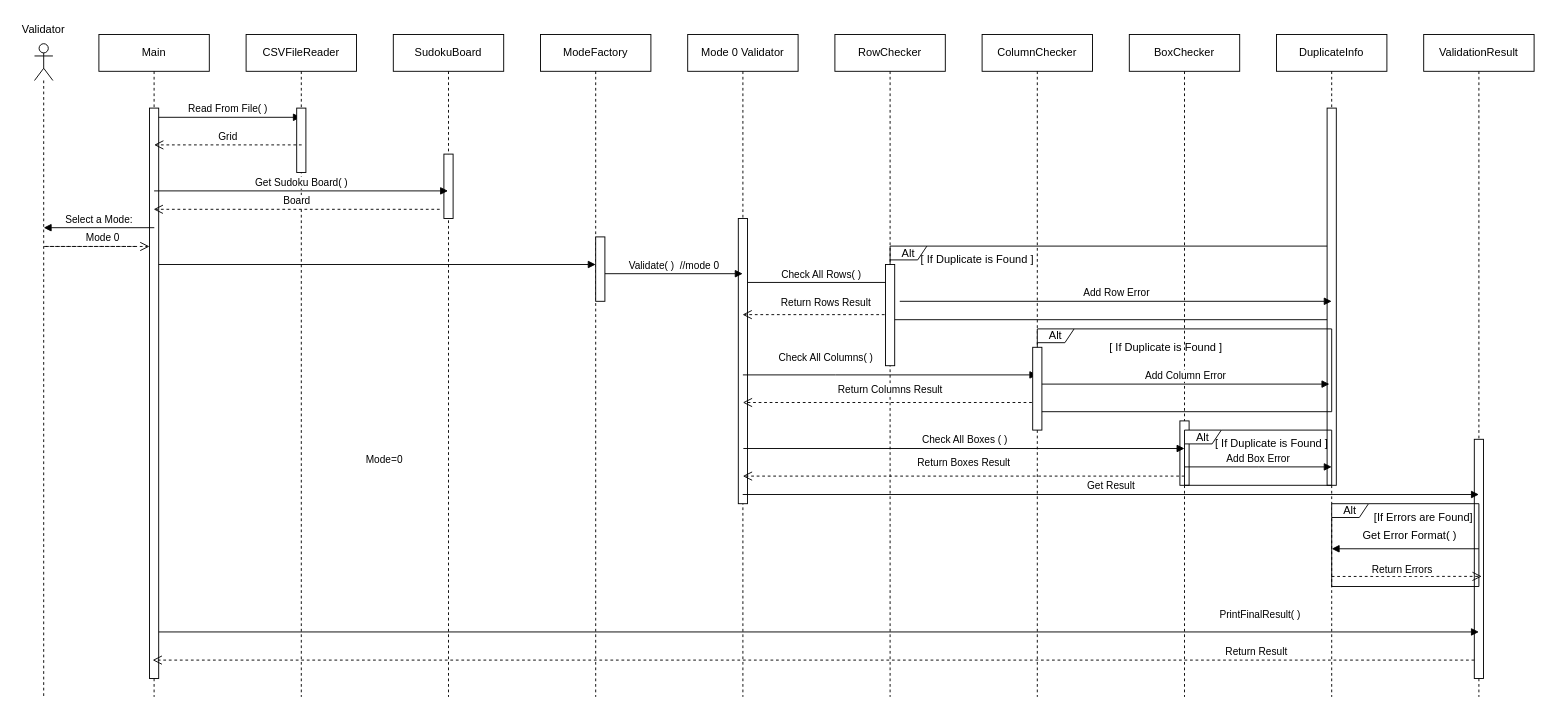
Before: SequenceMode0Diagram.drawio in ghadeer4705/Lab9_Sudoku1, a draw.io diagram. Source tidied: cells renumbered, new cells numbered last; positions are measured from the earlier drawing's top-left corner, leaving out a move shared by most shapes. Both pictures are drawn from the tidied source at 92%, with x=0, y=0 at pixel (16, 16).
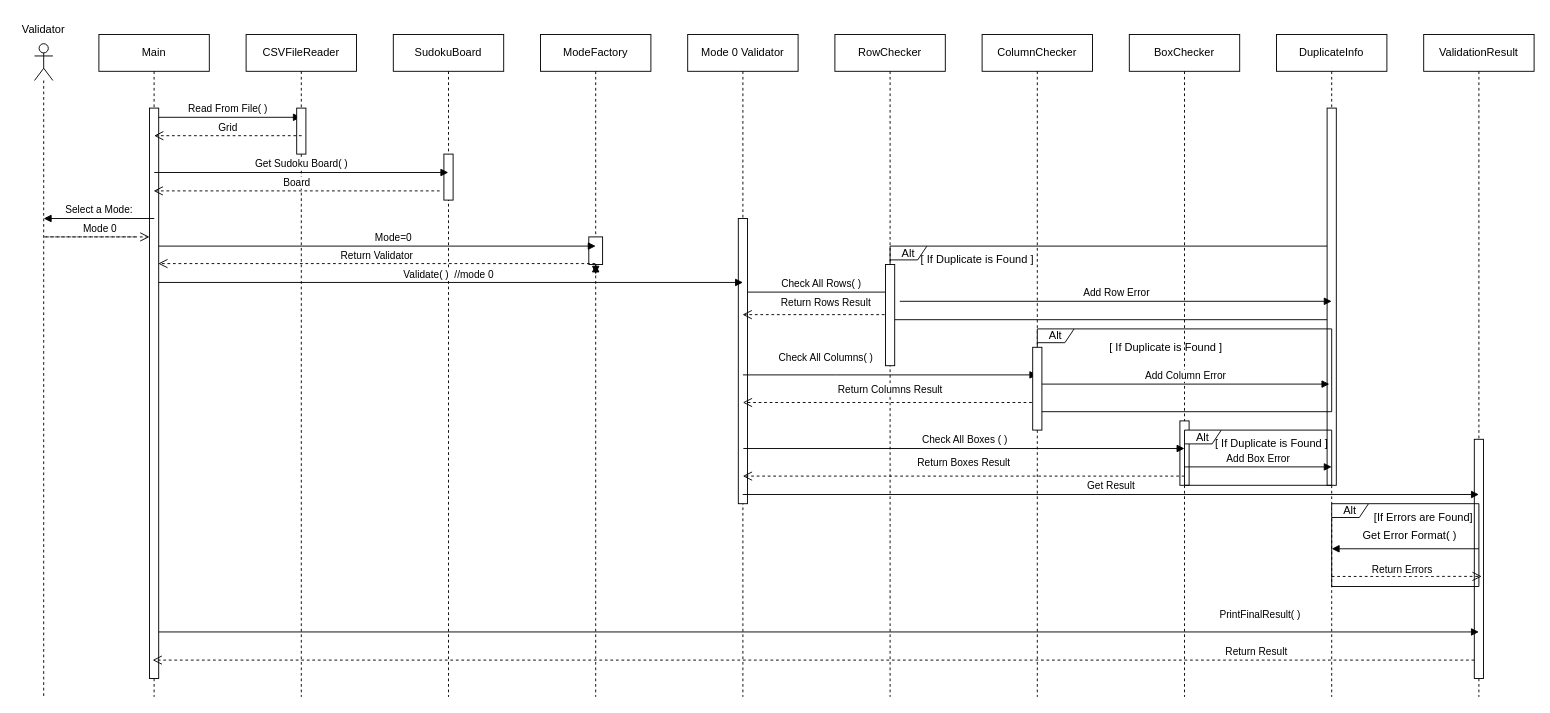
Above is the later version.

The change refers to these unchanged cells:
```xml
<mxCell id="2" value="SudokuBoard" style="shape=umlLifeline;perimeter=lifelinePerimeter;whiteSpace=wrap;html=1;outlineConnect=0;portConstraint=eastwest;newEdgeStyle={&quot;curved&quot;:0,&quot;rounded&quot;:0};size=40;" parent="1" vertex="1">
  <mxGeometry x="410" y="20" width="120" height="720" as="geometry" />
</mxCell>
<mxCell id="7" value="ModeFactory" style="shape=umlLifeline;perimeter=lifelinePerimeter;whiteSpace=wrap;html=1;outlineConnect=0;portConstraint=eastwest;newEdgeStyle={&quot;curved&quot;:0,&quot;rounded&quot;:0};size=40;" parent="1" vertex="1">
  <mxGeometry x="570" y="20" width="120" height="720" as="geometry" />
</mxCell>
<mxCell id="48" value="CSVFileReader" style="shape=umlLifeline;perimeter=lifelinePerimeter;whiteSpace=wrap;html=1;outlineConnect=0;portConstraint=eastwest;newEdgeStyle={&quot;curved&quot;:0,&quot;rounded&quot;:0};size=40;" parent="1" vertex="1">
  <mxGeometry x="250" y="20" width="120" height="720" as="geometry" />
</mxCell>
<mxCell id="50" value="Main" style="shape=umlLifeline;perimeter=lifelinePerimeter;whiteSpace=wrap;html=1;outlineConnect=0;portConstraint=eastwest;newEdgeStyle={&quot;curved&quot;:0,&quot;rounded&quot;:0};size=40;" parent="1" vertex="1">
  <mxGeometry x="90" y="20" width="120" height="720" as="geometry" />
</mxCell>
<mxCell id="51" style="html=1;points=[[0,0,0,0,5],[0,1,0,0,-5],[1,0,0,0,5],[1,1,0,0,-5]];perimeter=orthogonalPerimeter;outlineConnect=0;targetShapes=umlLifeline;portConstraint=eastwest;newEdgeStyle={&quot;curved&quot;:0,&quot;rounded&quot;:0};" parent="50" vertex="1">
  <mxGeometry x="55" y="80" width="10" height="620" as="geometry" />
</mxCell>
```

Diff of the diagram source:
```diff
@@
     <mxCell id="3" style="html=1;perimeter=orthogonalPerimeter;targetShapes=umlLifeline;newEdgeStyle={&quot;curved&quot;:0,&quot;rounded&quot;:0};" parent="2" vertex="1">
-      <mxGeometry x="55" y="130" width="10" height="70" as="geometry" />
+      <mxGeometry x="55" y="130" width="10" height="50" as="geometry" />
     </mxCell>
@@
+    <mxCell id="53" style="html=1;points=[[0,0,0,0,5],[0,1,0,0,-5],[1,0,0,0,5],[1,1,0,0,-5]];perimeter=orthogonalPerimeter;outlineConnect=0;targetShapes=umlLifeline;portConstraint=eastwest;newEdgeStyle={&quot;curved&quot;:0,&quot;rounded&quot;:0};" parent="7" vertex="1">
+      <mxGeometry x="52.5" y="220" width="15" height="30" as="geometry" />
+    </mxCell>
@@
     <mxCell id="20" value="Mode=0" style="html=1;verticalAlign=bottom;endArrow=block;curved=0;rounded=0;" parent="1" edge="1" source="53">
-      <mxGeometry x="1" y="-231" relative="1" as="geometry">
+      <mxGeometry x="-1" y="-221" relative="1" as="geometry">
         <mxPoint x="630" y="280" as="targetPoint" />
-        <mxPoint x="-230" y="211" as="offset" />
+        <mxPoint x="1" y="-20" as="offset" />
       </mxGeometry>
     </mxCell>
@@
-    <mxCell id="22" value="Validate( )&amp;nbsp; //mode 0" style="html=1;verticalAlign=bottom;endArrow=block;curved=0;rounded=0;" parent="1" edge="1" source="53">
+    <mxCell id="22" value="Validate( )&amp;nbsp; //mode 0" style="html=1;verticalAlign=bottom;endArrow=block;curved=0;rounded=0;" parent="1" edge="1">
       <mxGeometry relative="1" as="geometry">
-        <mxPoint x="789.8" y="280" as="targetPoint" />
+        <mxPoint x="149.9" y="289.5" as="sourcePoint" />
+        <mxPoint x="790.1" y="289.5" as="targetPoint" />
       </mxGeometry>
     </mxCell>
     <mxCell id="23" value="Check All Rows( )" style="html=1;verticalAlign=bottom;endArrow=block;curved=0;rounded=0;" parent="1" edge="1">
       <mxGeometry relative="1" as="geometry">
-        <mxPoint x="795.2" y="289.5" as="sourcePoint" />
-        <mxPoint x="955" y="289.5" as="targetPoint" />
+        <mxPoint x="795.2" y="300" as="sourcePoint" />
+        <mxPoint x="955" y="300" as="targetPoint" />
       </mxGeometry>
     </mxCell>
@@
     <mxCell id="30" style="html=1;verticalAlign=bottom;endArrow=block;curved=0;rounded=0;" parent="1" edge="1">
       <mxGeometry relative="1" as="geometry">
-        <mxPoint x="149.5" y="270" as="sourcePoint" />
-        <mxPoint x="630" y="270" as="targetPoint" />
+        <mxPoint x="149.5" y="250" as="sourcePoint" />
+        <mxPoint x="630" y="250" as="targetPoint" />
       </mxGeometry>
     </mxCell>
@@
     <mxCell id="49" style="html=1;perimeter=orthogonalPerimeter;targetShapes=umlLifeline;newEdgeStyle={&quot;curved&quot;:0,&quot;rounded&quot;:0};" parent="48" vertex="1">
-      <mxGeometry x="55" y="80" width="10" height="70" as="geometry" />
+      <mxGeometry x="55" y="80" width="10" height="50" as="geometry" />
     </mxCell>
@@
-    <mxCell id="53" style="html=1;points=[[0,0,0,0,5],[0,1,0,0,-5],[1,0,0,0,5],[1,1,0,0,-5]];perimeter=orthogonalPerimeter;outlineConnect=0;targetShapes=umlLifeline;portConstraint=eastwest;newEdgeStyle={&quot;curved&quot;:0,&quot;rounded&quot;:0};" parent="1" vertex="1">
-      <mxGeometry x="630" y="240" width="10" height="70" as="geometry" />
-    </mxCell>
-    <mxCell id="54" value="Mode 0" style="html=1;verticalAlign=bottom;endArrow=open;dashed=1;endSize=8;curved=0;rounded=0;" parent="1" edge="1" target="51">
-      <mxGeometry x="0.52" relative="1" as="geometry">
-        <mxPoint x="129.5" y="250.4" as="sourcePoint" />
+    <mxCell id="54" value="Mode 0" style="html=1;verticalAlign=bottom;endArrow=open;dashed=1;endSize=8;curved=0;rounded=0;" parent="1" edge="1">
+      <mxGeometry x="0.49" relative="1" as="geometry">
+        <mxPoint x="129.5" y="240" as="sourcePoint" />
+        <mxPoint x="145" y="240" as="targetPoint" />
         <Array as="points">
-          <mxPoint x="30" y="250.4" />
+          <mxPoint x="30" y="240" />
         </Array>
       </mxGeometry>
     </mxCell>
     <mxCell id="55" value="Select a Mode:" style="html=1;verticalAlign=bottom;endArrow=block;curved=0;rounded=0;" parent="1" edge="1">
       <mxGeometry relative="1" as="geometry">
-        <mxPoint x="150.2" y="230" as="sourcePoint" />
-        <mxPoint x="30" y="230" as="targetPoint" />
+        <mxPoint x="150.2" y="220" as="sourcePoint" />
+        <mxPoint x="30" y="220" as="targetPoint" />
       </mxGeometry>
     </mxCell>
     <mxCell id="56" value="Grid" style="html=1;verticalAlign=bottom;endArrow=open;dashed=1;endSize=8;curved=0;rounded=0;" parent="1" edge="1">
       <mxGeometry relative="1" as="geometry">
-        <mxPoint x="310.4" y="140" as="sourcePoint" />
-        <mxPoint x="150" y="140" as="targetPoint" />
+        <mxPoint x="310.4" y="130" as="sourcePoint" />
+        <mxPoint x="150" y="130" as="targetPoint" />
         <Array as="points">
-          <mxPoint x="210.9" y="140" />
+          <mxPoint x="210.9" y="130" />
         </Array>
       </mxGeometry>
     </mxCell>
-    <mxCell id="57" value="Get Sudoku Board( )" style="html=1;verticalAlign=bottom;endArrow=block;curved=0;rounded=0;" parent="1" edge="1" target="2">
+    <mxCell id="57" value="Get Sudoku Board( )" style="html=1;verticalAlign=bottom;endArrow=block;curved=0;rounded=0;" parent="1" edge="1">
       <mxGeometry relative="1" as="geometry">
-        <mxPoint x="150" y="190" as="sourcePoint" />
+        <mxPoint x="150.2" y="170" as="sourcePoint" />
+        <mxPoint x="469.8" y="170" as="targetPoint" />
       </mxGeometry>
     </mxCell>
-    <mxCell id="58" value="Board" style="html=1;verticalAlign=bottom;endArrow=open;dashed=1;endSize=8;curved=0;rounded=0;" parent="1" edge="1" target="50">
+    <mxCell id="58" value="Board" style="html=1;verticalAlign=bottom;endArrow=open;dashed=1;endSize=8;curved=0;rounded=0;" parent="1" edge="1">
       <mxGeometry relative="1" as="geometry">
-        <mxPoint x="460.4" y="210" as="sourcePoint" />
+        <mxPoint x="460.4" y="190" as="sourcePoint" />
+        <mxPoint x="149.5" y="190" as="targetPoint" />
         <Array as="points">
-          <mxPoint x="360.9" y="210" />
+          <mxPoint x="360.9" y="190" />
         </Array>
       </mxGeometry>
     </mxCell>
@@
+    <mxCell id="60" value="Return Validator" style="html=1;verticalAlign=bottom;endArrow=open;dashed=1;endSize=8;curved=0;rounded=0;" parent="1" edge="1" source="7">
+      <mxGeometry relative="1" as="geometry">
+        <mxPoint x="154.5" y="269" as="targetPoint" />
+        <Array as="points">
+          <mxPoint x="366" y="269" />
+        </Array>
+      </mxGeometry>
+    </mxCell>
```
